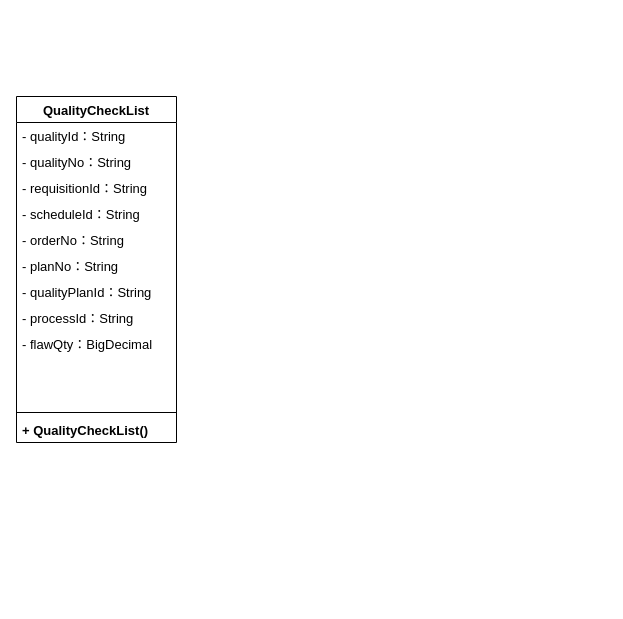
KNAI-I/test keeps this draw.io diagram as page "质检单" (2 of 4) of 类图.drawio. Above is the earlier version. Source tidied: cells renumbered, new cells numbered last; positions are measured from the earlier drawing's top-left corner, leaving out a move shared by most shapes. Both pictures are drawn from the tidied source at 100%, with x=0, y=0 at pixel (16, 96).
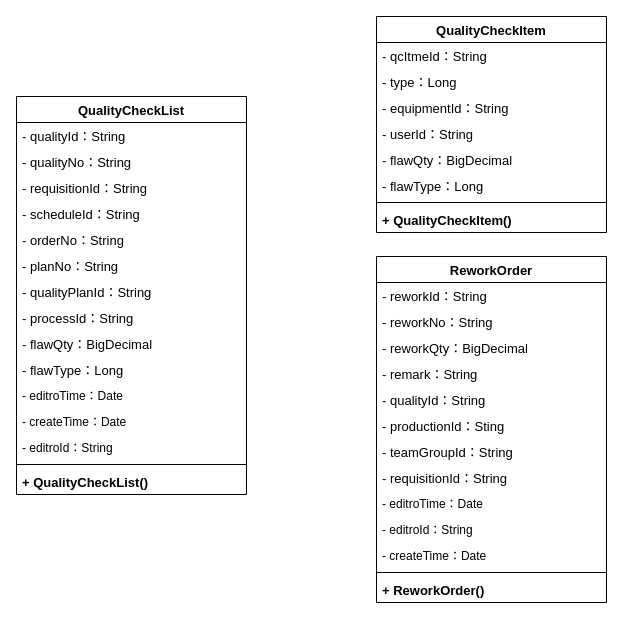
The same diagram, later.

Diff of the diagram source:
```diff
@@
     <mxCell id="2" value="QualityCheckList" style="swimlane;fontStyle=1;align=center;verticalAlign=top;horizontal=1;startSize=26;fontSize=13;" parent="1" vertex="1">
-      <mxGeometry width="160" height="346" as="geometry" />
+      <mxGeometry width="230" height="398" as="geometry" />
     </mxCell>
     <mxCell id="3" value="- qualityId：String" style="text;strokeColor=none;fillColor=none;align=left;verticalAlign=top;spacingLeft=4;spacingRight=4;overflow=hidden;fontSize=13;" parent="2" vertex="1">
-      <mxGeometry y="26" width="160" height="26" as="geometry" />
+      <mxGeometry y="26" width="230" height="26" as="geometry" />
     </mxCell>
     <mxCell id="4" value="- qualityNo：String" style="text;strokeColor=none;fillColor=none;align=left;verticalAlign=top;spacingLeft=4;spacingRight=4;overflow=hidden;fontSize=13;" parent="2" vertex="1">
-      <mxGeometry y="52" width="160" height="26" as="geometry" />
+      <mxGeometry y="52" width="230" height="26" as="geometry" />
     </mxCell>
     <mxCell id="5" value="- requisitionId：String" style="text;strokeColor=none;fillColor=none;align=left;verticalAlign=top;spacingLeft=4;spacingRight=4;overflow=hidden;fontSize=13;" parent="2" vertex="1">
-      <mxGeometry y="78" width="160" height="26" as="geometry" />
+      <mxGeometry y="78" width="230" height="26" as="geometry" />
     </mxCell>
     <mxCell id="6" value="- scheduleId：String" style="text;strokeColor=none;fillColor=none;align=left;verticalAlign=top;spacingLeft=4;spacingRight=4;overflow=hidden;fontSize=13;" parent="2" vertex="1">
-      <mxGeometry y="104" width="160" height="26" as="geometry" />
+      <mxGeometry y="104" width="230" height="26" as="geometry" />
     </mxCell>
     <mxCell id="7" value="- orderNo：String" style="text;strokeColor=none;fillColor=none;align=left;verticalAlign=top;spacingLeft=4;spacingRight=4;overflow=hidden;fontSize=13;" parent="2" vertex="1">
-      <mxGeometry y="130" width="160" height="26" as="geometry" />
+      <mxGeometry y="130" width="230" height="26" as="geometry" />
     </mxCell>
     <mxCell id="8" value="- planNo：String" style="text;strokeColor=none;fillColor=none;align=left;verticalAlign=top;spacingLeft=4;spacingRight=4;overflow=hidden;fontSize=13;" parent="2" vertex="1">
-      <mxGeometry y="156" width="160" height="26" as="geometry" />
+      <mxGeometry y="156" width="230" height="26" as="geometry" />
     </mxCell>
     <mxCell id="9" value="- qualityPlanId：String" style="text;strokeColor=none;fillColor=none;align=left;verticalAlign=top;spacingLeft=4;spacingRight=4;overflow=hidden;fontSize=13;" parent="2" vertex="1">
-      <mxGeometry y="182" width="160" height="26" as="geometry" />
+      <mxGeometry y="182" width="230" height="26" as="geometry" />
     </mxCell>
     <mxCell id="10" value="- processId：String" style="text;strokeColor=none;fillColor=none;align=left;verticalAlign=top;spacingLeft=4;spacingRight=4;overflow=hidden;fontSize=13;" parent="2" vertex="1">
-      <mxGeometry y="208" width="160" height="26" as="geometry" />
+      <mxGeometry y="208" width="230" height="26" as="geometry" />
     </mxCell>
     <mxCell id="11" value="- flawQty：BigDecimal" style="text;strokeColor=none;fillColor=none;align=left;verticalAlign=top;spacingLeft=4;spacingRight=4;overflow=hidden;fontSize=13;" parent="2" vertex="1">
-      <mxGeometry y="234" width="160" height="26" as="geometry" />
+      <mxGeometry y="234" width="230" height="26" as="geometry" />
     </mxCell>
-    <mxCell id="12" style="text;strokeColor=none;fillColor=none;align=left;verticalAlign=top;spacingLeft=4;spacingRight=4;overflow=hidden;fontSize=13;" parent="2" vertex="1">
-      <mxGeometry y="260" width="160" height="26" as="geometry" />
+    <mxCell id="12" value="- flawType：Long" style="text;strokeColor=none;fillColor=none;align=left;verticalAlign=top;spacingLeft=4;spacingRight=4;overflow=hidden;fontSize=13;" parent="2" vertex="1">
+      <mxGeometry y="260" width="230" height="26" as="geometry" />
     </mxCell>
-    <mxCell id="13" style="text;strokeColor=none;fillColor=none;align=left;verticalAlign=top;spacingLeft=4;spacingRight=4;overflow=hidden;fontSize=13;" parent="2" vertex="1">
-      <mxGeometry y="286" width="160" height="26" as="geometry" />
-    </mxCell>
+    <mxCell id="16" value="- editroTime：Date" style="text;strokeColor=none;fillColor=none;align=left;verticalAlign=top;spacingLeft=4;spacingRight=4;overflow=hidden;" parent="2" vertex="1">
+      <mxGeometry y="286" width="230" height="26" as="geometry" />
+    </mxCell>
+    <mxCell id="17" value="- createTime：Date" style="text;strokeColor=none;fillColor=none;align=left;verticalAlign=top;spacingLeft=4;spacingRight=4;overflow=hidden;" parent="2" vertex="1">
+      <mxGeometry y="312" width="230" height="26" as="geometry" />
+    </mxCell>
+    <mxCell id="18" value="- editroId：String" style="text;strokeColor=none;fillColor=none;align=left;verticalAlign=top;spacingLeft=4;spacingRight=4;overflow=hidden;" parent="2" vertex="1">
+      <mxGeometry y="338" width="230" height="26" as="geometry" />
+    </mxCell>
     <mxCell id="14" style="line;strokeWidth=1;fillColor=none;align=left;verticalAlign=middle;spacingTop=-1;spacingLeft=3;spacingRight=3;labelPosition=right;fontSize=13;" parent="2" vertex="1">
-      <mxGeometry y="312" width="160" height="8" as="geometry" />
+      <mxGeometry y="364" width="230" height="8" as="geometry" />
     </mxCell>
     <mxCell id="15" value="+ QualityCheckList()" style="text;strokeColor=none;fillColor=none;align=left;verticalAlign=top;spacingLeft=4;spacingRight=4;overflow=hidden;fontSize=13;fontStyle=1;" parent="2" vertex="1">
-      <mxGeometry y="320" width="160" height="26" as="geometry" />
+      <mxGeometry y="372" width="230" height="26" as="geometry" />
     </mxCell>
+    <mxCell id="19" value="QualityCheckItem" style="swimlane;fontStyle=1;align=center;verticalAlign=top;horizontal=1;startSize=26;fontSize=13;" parent="1" vertex="1">
+      <mxGeometry x="360" y="-80" width="230" height="216" as="geometry" />
+    </mxCell>
+    <mxCell id="20" value="- qcItmeId：String" style="text;strokeColor=none;fillColor=none;align=left;verticalAlign=top;spacingLeft=4;spacingRight=4;overflow=hidden;fontSize=13;" parent="19" vertex="1">
+      <mxGeometry y="26" width="230" height="26" as="geometry" />
+    </mxCell>
+    <mxCell id="21" value="- type：Long" style="text;strokeColor=none;fillColor=none;align=left;verticalAlign=top;spacingLeft=4;spacingRight=4;overflow=hidden;fontSize=13;" parent="19" vertex="1">
+      <mxGeometry y="52" width="230" height="26" as="geometry" />
+    </mxCell>
+    <mxCell id="22" value="- equipmentId：String" style="text;strokeColor=none;fillColor=none;align=left;verticalAlign=top;spacingLeft=4;spacingRight=4;overflow=hidden;fontSize=13;" parent="19" vertex="1">
+      <mxGeometry y="78" width="230" height="26" as="geometry" />
+    </mxCell>
+    <mxCell id="23" value="- userId：String" style="text;strokeColor=none;fillColor=none;align=left;verticalAlign=top;spacingLeft=4;spacingRight=4;overflow=hidden;fontSize=13;" parent="19" vertex="1">
+      <mxGeometry y="104" width="230" height="26" as="geometry" />
+    </mxCell>
+    <mxCell id="24" value="- flawQty：BigDecimal" style="text;strokeColor=none;fillColor=none;align=left;verticalAlign=top;spacingLeft=4;spacingRight=4;overflow=hidden;fontSize=13;" parent="19" vertex="1">
+      <mxGeometry y="130" width="230" height="26" as="geometry" />
+    </mxCell>
+    <mxCell id="25" value="- flawType：Long" style="text;strokeColor=none;fillColor=none;align=left;verticalAlign=top;spacingLeft=4;spacingRight=4;overflow=hidden;fontSize=13;" parent="19" vertex="1">
+      <mxGeometry y="156" width="230" height="26" as="geometry" />
+    </mxCell>
+    <mxCell id="26" style="line;strokeWidth=1;fillColor=none;align=left;verticalAlign=middle;spacingTop=-1;spacingLeft=3;spacingRight=3;labelPosition=right;fontSize=13;" parent="19" vertex="1">
+      <mxGeometry y="182" width="230" height="8" as="geometry" />
+    </mxCell>
+    <mxCell id="27" value="+ QualityCheckItem()" style="text;strokeColor=none;fillColor=none;align=left;verticalAlign=top;spacingLeft=4;spacingRight=4;overflow=hidden;fontSize=13;fontStyle=1;" parent="19" vertex="1">
+      <mxGeometry y="190" width="230" height="26" as="geometry" />
+    </mxCell>
+    <mxCell id="28" value="ReworkOrder" style="swimlane;fontStyle=1;align=center;verticalAlign=top;horizontal=1;startSize=26;fontSize=13;" parent="1" vertex="1">
+      <mxGeometry x="360" y="160" width="230" height="346" as="geometry" />
+    </mxCell>
+    <mxCell id="29" value="- reworkId：String" style="text;strokeColor=none;fillColor=none;align=left;verticalAlign=top;spacingLeft=4;spacingRight=4;overflow=hidden;fontSize=13;" parent="28" vertex="1">
+      <mxGeometry y="26" width="230" height="26" as="geometry" />
+    </mxCell>
+    <mxCell id="30" value="- reworkNo：String" style="text;strokeColor=none;fillColor=none;align=left;verticalAlign=top;spacingLeft=4;spacingRight=4;overflow=hidden;fontSize=13;" parent="28" vertex="1">
+      <mxGeometry y="52" width="230" height="26" as="geometry" />
+    </mxCell>
+    <mxCell id="31" value="- reworkQty：BigDecimal" style="text;strokeColor=none;fillColor=none;align=left;verticalAlign=top;spacingLeft=4;spacingRight=4;overflow=hidden;fontSize=13;" parent="28" vertex="1">
+      <mxGeometry y="78" width="230" height="26" as="geometry" />
+    </mxCell>
+    <mxCell id="32" value="- remark：String" style="text;strokeColor=none;fillColor=none;align=left;verticalAlign=top;spacingLeft=4;spacingRight=4;overflow=hidden;fontSize=13;" parent="28" vertex="1">
+      <mxGeometry y="104" width="230" height="26" as="geometry" />
+    </mxCell>
+    <mxCell id="33" value="- qualityId：String" style="text;strokeColor=none;fillColor=none;align=left;verticalAlign=top;spacingLeft=4;spacingRight=4;overflow=hidden;fontSize=13;" parent="28" vertex="1">
+      <mxGeometry y="130" width="230" height="26" as="geometry" />
+    </mxCell>
+    <mxCell id="34" value="- productionId：Sting" style="text;strokeColor=none;fillColor=none;align=left;verticalAlign=top;spacingLeft=4;spacingRight=4;overflow=hidden;fontSize=13;" parent="28" vertex="1">
+      <mxGeometry y="156" width="230" height="26" as="geometry" />
+    </mxCell>
+    <mxCell id="35" value="- teamGroupId：String" style="text;strokeColor=none;fillColor=none;align=left;verticalAlign=top;spacingLeft=4;spacingRight=4;overflow=hidden;fontSize=13;" parent="28" vertex="1">
+      <mxGeometry y="182" width="230" height="26" as="geometry" />
+    </mxCell>
+    <mxCell id="36" value="- requisitionId：String" style="text;strokeColor=none;fillColor=none;align=left;verticalAlign=top;spacingLeft=4;spacingRight=4;overflow=hidden;fontSize=13;" parent="28" vertex="1">
+      <mxGeometry y="208" width="230" height="26" as="geometry" />
+    </mxCell>
+    <mxCell id="37" value="- editroTime：Date" style="text;strokeColor=none;fillColor=none;align=left;verticalAlign=top;spacingLeft=4;spacingRight=4;overflow=hidden;" parent="28" vertex="1">
+      <mxGeometry y="234" width="230" height="26" as="geometry" />
+    </mxCell>
+    <mxCell id="38" value="- editroId：String" style="text;strokeColor=none;fillColor=none;align=left;verticalAlign=top;spacingLeft=4;spacingRight=4;overflow=hidden;" parent="28" vertex="1">
+      <mxGeometry y="260" width="230" height="26" as="geometry" />
+    </mxCell>
+    <mxCell id="39" value="- createTime：Date" style="text;strokeColor=none;fillColor=none;align=left;verticalAlign=top;spacingLeft=4;spacingRight=4;overflow=hidden;" parent="28" vertex="1">
+      <mxGeometry y="286" width="230" height="26" as="geometry" />
+    </mxCell>
+    <mxCell id="40" style="line;strokeWidth=1;fillColor=none;align=left;verticalAlign=middle;spacingTop=-1;spacingLeft=3;spacingRight=3;labelPosition=right;fontSize=13;" parent="28" vertex="1">
+      <mxGeometry y="312" width="230" height="8" as="geometry" />
+    </mxCell>
+    <mxCell id="41" value="+ ReworkOrder()" style="text;strokeColor=none;fillColor=none;align=left;verticalAlign=top;spacingLeft=4;spacingRight=4;overflow=hidden;fontSize=13;fontStyle=1;" parent="28" vertex="1">
+      <mxGeometry y="320" width="230" height="26" as="geometry" />
+    </mxCell>
```
